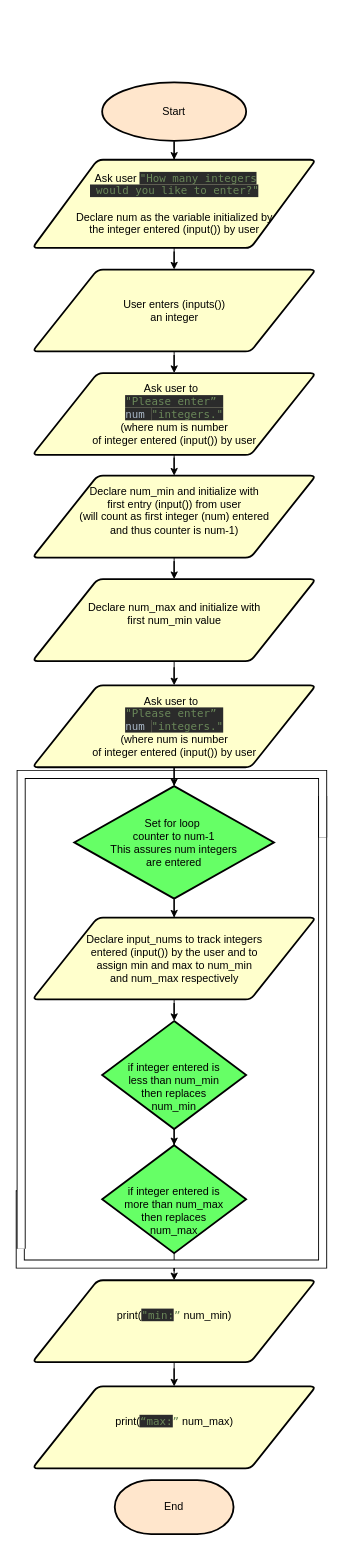
The draw.io diagram Jeff_Stone project3a flowchart CS161.drawio in jeffreykstone/coursework, before the edit. Source tidied: cells renumbered, new cells numbered last; positions are measured from the earlier drawing's top-left corner, leaving out a move shared by most shapes. Both pictures are drawn from the tidied source at 90%, with x=0, y=0 at pixel (20, 82).
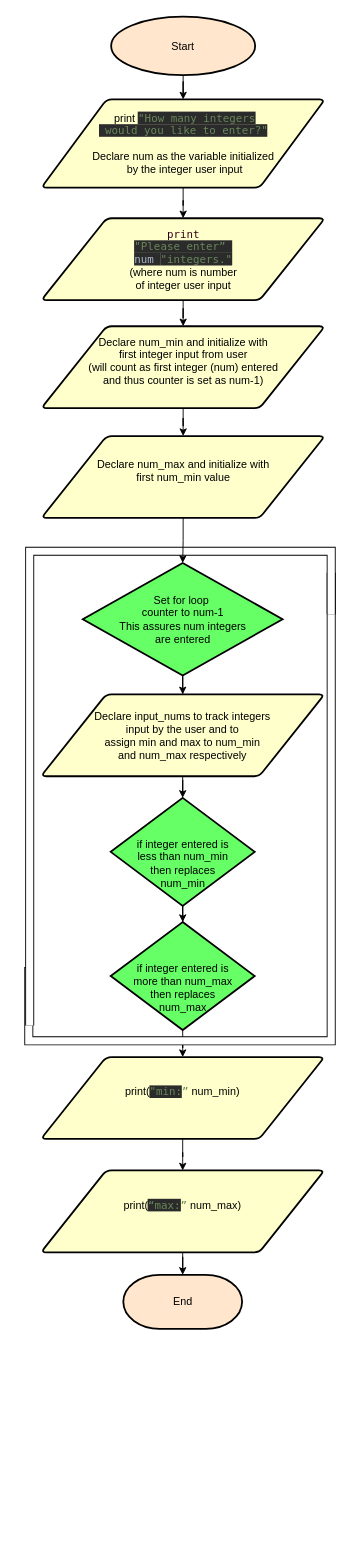
After the change.

What changed in the source:
```diff
@@
     <mxCell id="3" value="Start" style="strokeWidth=2;html=1;shape=mxgraph.flowchart.start_1;whiteSpace=wrap;fillColor=#FFE6CC;" parent="1" vertex="1">
-      <mxGeometry x="91" width="160" height="65" as="geometry" />
+      <mxGeometry x="101" y="-73" width="160" height="65" as="geometry" />
     </mxCell>
     <mxCell id="4" value="End" style="strokeWidth=2;html=1;shape=mxgraph.flowchart.terminator;whiteSpace=wrap;fillColor=#FFE6CC;" parent="1" vertex="1">
-      <mxGeometry x="105" y="1553" width="132" height="60" as="geometry" />
+      <mxGeometry x="114.5" y="1325" width="132" height="60" as="geometry" />
     </mxCell>
@@
     <mxCell id="6" value="&lt;p style=&quot;line-height: 117%&quot;&gt;&lt;br&gt;&lt;/p&gt;&lt;p style=&quot;line-height: 117%&quot;&gt;if integer entered is &lt;br&gt;less than num_min&lt;br&gt;then replaces&lt;br&gt;num_min&lt;br&gt;&lt;/p&gt;" style="strokeWidth=2;html=1;shape=mxgraph.flowchart.decision;whiteSpace=wrap;fillColor=#66FF66;" parent="1" vertex="1">
-      <mxGeometry x="91" y="1043" width="160" height="120" as="geometry" />
+      <mxGeometry x="100.5" y="795" width="160" height="120" as="geometry" />
     </mxCell>
@@
     <mxCell id="8" value="&lt;p style=&quot;line-height: 117%&quot;&gt;&lt;br&gt;&lt;/p&gt;&lt;p style=&quot;line-height: 117%&quot;&gt;if integer entered is &lt;br&gt;more than num_max&lt;br&gt;then replaces&lt;br&gt;num_max&lt;br&gt;&lt;/p&gt;" style="strokeWidth=2;html=1;shape=mxgraph.flowchart.decision;whiteSpace=wrap;fillColor=#66FF66;" parent="1" vertex="1">
-      <mxGeometry x="91" y="1181" width="160" height="120" as="geometry" />
+      <mxGeometry x="100.5" y="933" width="160" height="120" as="geometry" />
     </mxCell>
     <mxCell id="9" style="shape=filledEdge;rounded=0;fixDash=1;endArrow=none;strokeWidth=10;fillColor=#ffffff;edgeStyle=orthogonalEdgeStyle;" parent="1" edge="1">
       <mxGeometry relative="1" as="geometry">
-        <mxPoint x="5" y="1236" as="sourcePoint" />
-        <mxPoint x="336" y="793" as="targetPoint" />
+        <mxPoint x="14.5" y="988" as="sourcePoint" />
+        <mxPoint x="345.5" y="545" as="targetPoint" />
         <Array as="points">
-          <mxPoint y="1236" />
-          <mxPoint y="1313" />
-          <mxPoint x="336" y="1313" />
+          <mxPoint x="9.5" y="988" />
+          <mxPoint x="9.5" y="1065" />
+          <mxPoint x="345.5" y="1065" />
         </Array>
       </mxGeometry>
     </mxCell>
     <mxCell id="10" style="shape=filledEdge;rounded=0;fixDash=1;endArrow=none;strokeWidth=10;fillColor=#ffffff;edgeStyle=orthogonalEdgeStyle;" parent="1" edge="1">
       <mxGeometry relative="1" as="geometry">
-        <mxPoint x="336" y="839" as="sourcePoint" />
-        <mxPoint x="1" y="1296" as="targetPoint" />
+        <mxPoint x="345.5" y="591" as="sourcePoint" />
+        <mxPoint x="10.5" y="1048" as="targetPoint" />
         <Array as="points">
-          <mxPoint x="336" y="769" />
-          <mxPoint x="1" y="769" />
+          <mxPoint x="345.5" y="521" />
+          <mxPoint x="10.5" y="521" />
         </Array>
       </mxGeometry>
     </mxCell>
-    <mxCell id="11" style="edgeStyle=orthogonalEdgeStyle;rounded=0;jettySize=auto;html=1;" parent="1" edge="1" source="12" target="14">
-      <mxGeometry relative="1" as="geometry" />
-    </mxCell>
+    <mxCell id="30" style="edgeStyle=orthogonalEdgeStyle;rounded=0;jettySize=auto;html=1;" parent="1" edge="1" source="12" target="16">
+      <mxGeometry relative="1" as="geometry" />
+    </mxCell>
-    <mxCell id="12" value="&lt;span style=&quot;white-space: normal&quot;&gt;&amp;nbsp;Ask user&amp;nbsp;&lt;/span&gt;&lt;font color=&quot;#6a8759&quot; face=&quot;Menlo&quot; style=&quot;white-space: normal&quot;&gt;&lt;span style=&quot;background-color: rgb(43 , 43 , 43)&quot;&gt;&quot;How many integers&lt;br&gt;&amp;nbsp;would you like to enter?&quot;&lt;br&gt;&lt;/span&gt;&lt;/font&gt;&lt;span style=&quot;white-space: normal&quot;&gt;&amp;nbsp; &amp;nbsp;&amp;nbsp;&lt;br&gt;Declare num as the variable&amp;nbsp;&lt;/span&gt;&lt;span style=&quot;white-space: normal&quot;&gt;initialized by &lt;br&gt;the&amp;nbsp;&lt;/span&gt;&lt;span style=&quot;white-space: normal&quot;&gt;integer entered&amp;nbsp;(input())&amp;nbsp;by user&lt;/span&gt;" style="shape=parallelogram;html=1;strokeWidth=2;perimeter=parallelogramPerimeter;whiteSpace=wrap;rounded=1;arcSize=12;size=0.23;fillColor=#FFFFCC;" parent="1" vertex="1">
-      <mxGeometry x="13.5" y="86" width="315" height="98" as="geometry" />
+    <mxCell id="12" value="&lt;span style=&quot;white-space: normal&quot;&gt;&amp;nbsp;print&amp;nbsp;&lt;/span&gt;&lt;font color=&quot;#6a8759&quot; face=&quot;Menlo&quot; style=&quot;white-space: normal&quot;&gt;&lt;span style=&quot;background-color: rgb(43 , 43 , 43)&quot;&gt;&quot;How many integers&lt;br&gt;&amp;nbsp;would you like to enter?&quot;&lt;br&gt;&lt;/span&gt;&lt;/font&gt;&lt;span style=&quot;white-space: normal&quot;&gt;&amp;nbsp; &amp;nbsp;&amp;nbsp;&lt;br&gt;Declare num as the variable&amp;nbsp;&lt;/span&gt;initialized&lt;br&gt;&amp;nbsp;by&amp;nbsp;&lt;span style=&quot;text-align: left&quot;&gt;the integer user input&lt;/span&gt;" style="shape=parallelogram;html=1;strokeWidth=2;perimeter=parallelogramPerimeter;whiteSpace=wrap;rounded=1;arcSize=12;size=0.23;fillColor=#FFFFCC;" parent="1" vertex="1">
+      <mxGeometry x="23.5" y="19" width="315" height="98" as="geometry" />
     </mxCell>
-    <mxCell id="13" style="edgeStyle=orthogonalEdgeStyle;rounded=0;jettySize=auto;html=1;" parent="1" edge="1" source="14" target="16">
-      <mxGeometry relative="1" as="geometry" />
-    </mxCell>
-    <mxCell id="14" value="User enters (inputs())&lt;br&gt;an integer" style="shape=parallelogram;html=1;strokeWidth=2;perimeter=parallelogramPerimeter;whiteSpace=wrap;rounded=1;arcSize=12;size=0.23;fillColor=#FFFFCC;" parent="1" vertex="1">
-      <mxGeometry x="13.5" y="208" width="315" height="91" as="geometry" />
-    </mxCell>
@@
-    <mxCell id="16" value="&lt;span style=&quot;white-space: nowrap&quot;&gt;Ask user to&lt;/span&gt;&lt;span style=&quot;font-size: 9pt ; white-space: nowrap ; font-family: &amp;#34;menlo&amp;#34; ; color: rgb(204 , 120 , 50)&quot;&gt;&amp;nbsp;&lt;br&gt;&lt;/span&gt;&lt;span style=&quot;white-space: nowrap ; color: rgb(106 , 135 , 89) ; font-family: &amp;#34;menlo&amp;#34; ; background-color: rgb(43 , 43 , 43)&quot;&gt;&quot;Please enter”&lt;/span&gt;&lt;span style=&quot;color: rgb(106 , 135 , 89) ; font-family: &amp;#34;menlo&amp;#34; ; white-space: nowrap ; background-color: rgb(43 , 43 , 43)&quot;&gt;&amp;nbsp;&lt;/span&gt;&lt;span style=&quot;white-space: nowrap ; color: rgb(106 , 135 , 89) ; font-family: &amp;#34;menlo&amp;#34; ; background-color: rgb(43 , 43 , 43)&quot;&gt;&lt;br&gt;&lt;/span&gt;&lt;span style=&quot;font-size: 9pt ; white-space: nowrap&quot;&gt;&lt;font color=&quot;#a9b7c6&quot; face=&quot;Menlo&quot;&gt;&lt;span style=&quot;background-color: rgb(43 , 43 , 43)&quot;&gt;num&amp;nbsp;&lt;/span&gt;&lt;/font&gt;&lt;/span&gt;&lt;span style=&quot;white-space: nowrap ; color: rgb(106 , 135 , 89) ; font-family: &amp;#34;menlo&amp;#34; ; background-color: rgb(43 , 43 , 43)&quot;&gt;&quot;integers.&quot;&lt;/span&gt;&lt;span style=&quot;font-size: 9pt ; white-space: nowrap&quot;&gt;&lt;font color=&quot;#a9b7c6&quot; face=&quot;Menlo&quot;&gt;&lt;span style=&quot;background-color: rgb(43 , 43 , 43)&quot;&gt;&lt;br&gt;&lt;/span&gt;&lt;/font&gt;(where num is number&lt;br&gt;of integer entered (input()) by user&lt;/span&gt;" style="shape=parallelogram;html=1;strokeWidth=2;perimeter=parallelogramPerimeter;whiteSpace=wrap;rounded=1;arcSize=12;size=0.23;fillColor=#FFFFCC;" parent="1" vertex="1">
-      <mxGeometry x="13.5" y="323" width="315" height="91" as="geometry" />
+    <mxCell id="16" value="&lt;span style=&quot;font-size: 9pt ; white-space: nowrap ; font-family: &amp;#34;menlo&amp;#34;&quot;&gt;&lt;font color=&quot;#33001a&quot;&gt;print&lt;/font&gt;&lt;br&gt;&lt;/span&gt;&lt;span style=&quot;white-space: nowrap ; color: rgb(106 , 135 , 89) ; font-family: &amp;#34;menlo&amp;#34; ; background-color: rgb(43 , 43 , 43)&quot;&gt;&quot;Please enter”&lt;/span&gt;&lt;span style=&quot;color: rgb(106 , 135 , 89) ; font-family: &amp;#34;menlo&amp;#34; ; white-space: nowrap ; background-color: rgb(43 , 43 , 43)&quot;&gt;&amp;nbsp;&lt;/span&gt;&lt;span style=&quot;white-space: nowrap ; color: rgb(106 , 135 , 89) ; font-family: &amp;#34;menlo&amp;#34; ; background-color: rgb(43 , 43 , 43)&quot;&gt;&lt;br&gt;&lt;/span&gt;&lt;span style=&quot;font-size: 9pt ; white-space: nowrap&quot;&gt;&lt;font color=&quot;#a9b7c6&quot; face=&quot;Menlo&quot;&gt;&lt;span style=&quot;background-color: rgb(43 , 43 , 43)&quot;&gt;num&amp;nbsp;&lt;/span&gt;&lt;/font&gt;&lt;/span&gt;&lt;span style=&quot;white-space: nowrap ; color: rgb(106 , 135 , 89) ; font-family: &amp;#34;menlo&amp;#34; ; background-color: rgb(43 , 43 , 43)&quot;&gt;&quot;integers.&quot;&lt;/span&gt;&lt;span style=&quot;font-size: 9pt ; white-space: nowrap&quot;&gt;&lt;font color=&quot;#a9b7c6&quot; face=&quot;Menlo&quot;&gt;&lt;span style=&quot;background-color: rgb(43 , 43 , 43)&quot;&gt;&lt;br&gt;&lt;/span&gt;&lt;/font&gt;(where num is number&lt;br&gt;of integer user input&lt;/span&gt;" style="shape=parallelogram;html=1;strokeWidth=2;perimeter=parallelogramPerimeter;whiteSpace=wrap;rounded=1;arcSize=12;size=0.23;fillColor=#FFFFCC;" parent="1" vertex="1">
+      <mxGeometry x="23.5" y="151" width="315" height="91" as="geometry" />
     </mxCell>
@@
-    <mxCell id="18" value="&lt;span style=&quot;white-space: nowrap&quot;&gt;Declare&lt;/span&gt;&lt;span style=&quot;font-size: 9pt ; white-space: nowrap&quot;&gt;&amp;nbsp;num_min and initialize with&lt;br&gt;first entry (input()) from user &lt;br&gt;(will count as first integer (num) entered&lt;br&gt;and thus counter is num-1)&lt;br&gt;&lt;br&gt;&lt;/span&gt;" style="shape=parallelogram;html=1;strokeWidth=2;perimeter=parallelogramPerimeter;whiteSpace=wrap;rounded=1;arcSize=12;size=0.23;fillColor=#FFFFCC;" parent="1" vertex="1">
-      <mxGeometry x="13.5" y="437" width="315" height="91" as="geometry" />
+    <mxCell id="18" value="&lt;span style=&quot;white-space: nowrap&quot;&gt;Declare&lt;/span&gt;&lt;span style=&quot;font-size: 9pt ; white-space: nowrap&quot;&gt;&amp;nbsp;num_min and initialize with&lt;br&gt;first integer input from user &lt;br&gt;(will count as first integer (num) entered&lt;br&gt;and thus counter is set as num-1)&lt;br&gt;&lt;br&gt;&lt;/span&gt;" style="shape=parallelogram;html=1;strokeWidth=2;perimeter=parallelogramPerimeter;whiteSpace=wrap;rounded=1;arcSize=12;size=0.23;fillColor=#FFFFCC;" parent="1" vertex="1">
+      <mxGeometry x="23.5" y="271" width="315" height="91" as="geometry" />
     </mxCell>
-    <mxCell id="19" style="edgeStyle=orthogonalEdgeStyle;rounded=0;jettySize=auto;html=1;" parent="1" edge="1" source="20" target="22">
-      <mxGeometry relative="1" as="geometry" />
-    </mxCell>
+    <mxCell id="31" style="edgeStyle=orthogonalEdgeStyle;rounded=0;jettySize=auto;html=1;" parent="1" edge="1" source="20" target="24">
+      <mxGeometry relative="1" as="geometry" />
+    </mxCell>
     <mxCell id="20" value="&lt;span style=&quot;white-space: nowrap&quot;&gt;Declare&lt;/span&gt;&lt;span style=&quot;font-size: 9pt ; white-space: nowrap&quot;&gt;&amp;nbsp;num_max and initialize with&lt;br&gt;first num_min value&lt;br&gt;&lt;br&gt;&lt;/span&gt;" style="shape=parallelogram;html=1;strokeWidth=2;perimeter=parallelogramPerimeter;whiteSpace=wrap;rounded=1;arcSize=12;size=0.23;fillColor=#FFFFCC;" parent="1" vertex="1">
-      <mxGeometry x="13.5" y="552" width="315" height="91" as="geometry" />
+      <mxGeometry x="23.5" y="393" width="315" height="91" as="geometry" />
     </mxCell>
-    <mxCell id="21" style="edgeStyle=orthogonalEdgeStyle;rounded=0;jettySize=auto;html=1;" parent="1" edge="1" source="22" target="24">
-      <mxGeometry relative="1" as="geometry" />
-    </mxCell>
-    <mxCell id="22" value="&lt;span style=&quot;white-space: nowrap&quot;&gt;Ask user to&lt;/span&gt;&lt;span style=&quot;font-size: 9pt ; white-space: nowrap ; font-family: &amp;#34;menlo&amp;#34; ; color: rgb(204 , 120 , 50)&quot;&gt;&amp;nbsp;&lt;br&gt;&lt;/span&gt;&lt;span style=&quot;white-space: nowrap ; color: rgb(106 , 135 , 89) ; font-family: &amp;#34;menlo&amp;#34; ; background-color: rgb(43 , 43 , 43)&quot;&gt;&quot;Please enter”&lt;/span&gt;&lt;span style=&quot;color: rgb(106 , 135 , 89) ; font-family: &amp;#34;menlo&amp;#34; ; white-space: nowrap ; background-color: rgb(43 , 43 , 43)&quot;&gt;&amp;nbsp;&lt;/span&gt;&lt;span style=&quot;white-space: nowrap ; color: rgb(106 , 135 , 89) ; font-family: &amp;#34;menlo&amp;#34; ; background-color: rgb(43 , 43 , 43)&quot;&gt;&lt;br&gt;&lt;/span&gt;&lt;span style=&quot;font-size: 9pt ; white-space: nowrap&quot;&gt;&lt;font color=&quot;#a9b7c6&quot; face=&quot;Menlo&quot;&gt;&lt;span style=&quot;background-color: rgb(43 , 43 , 43)&quot;&gt;num&amp;nbsp;&lt;/span&gt;&lt;/font&gt;&lt;/span&gt;&lt;span style=&quot;white-space: nowrap ; color: rgb(106 , 135 , 89) ; font-family: &amp;#34;menlo&amp;#34; ; background-color: rgb(43 , 43 , 43)&quot;&gt;&quot;integers.&quot;&lt;/span&gt;&lt;span style=&quot;font-size: 9pt ; white-space: nowrap&quot;&gt;&lt;font color=&quot;#a9b7c6&quot; face=&quot;Menlo&quot;&gt;&lt;span style=&quot;background-color: rgb(43 , 43 , 43)&quot;&gt;&lt;br&gt;&lt;/span&gt;&lt;/font&gt;(where num is number&lt;br&gt;of integer entered (input()) by user&lt;/span&gt;&lt;span style=&quot;font-size: 9pt ; white-space: nowrap&quot;&gt;&lt;br&gt;&lt;/span&gt;" style="shape=parallelogram;html=1;strokeWidth=2;perimeter=parallelogramPerimeter;whiteSpace=wrap;rounded=1;arcSize=12;size=0.23;fillColor=#FFFFCC;" parent="1" vertex="1">
-      <mxGeometry x="13.5" y="670" width="315" height="91" as="geometry" />
-    </mxCell>
@@
     <mxCell id="24" value="&lt;p style=&quot;line-height: 117%&quot;&gt;Set for loop&amp;nbsp;&lt;br&gt;counter to num-1&lt;br&gt;This assures num integers&lt;br&gt;are entered&lt;br&gt;&lt;/p&gt;" style="strokeWidth=2;html=1;shape=mxgraph.flowchart.decision;whiteSpace=wrap;fillColor=#66FF66;" parent="1" vertex="1">
-      <mxGeometry x="60" y="782" width="222" height="125" as="geometry" />
+      <mxGeometry x="69.5" y="534" width="222" height="125" as="geometry" />
     </mxCell>
@@
-    <mxCell id="26" value="&lt;span style=&quot;white-space: nowrap&quot;&gt;Declare input_nums to track integers&lt;br&gt;&lt;/span&gt;entered (input()) by the user and to&lt;br&gt;assign min and max to num_min&lt;br&gt;and num_max respectively&lt;span style=&quot;font-size: 9pt ; white-space: nowrap&quot;&gt;&lt;br&gt;&lt;/span&gt;" style="shape=parallelogram;html=1;strokeWidth=2;perimeter=parallelogramPerimeter;whiteSpace=wrap;rounded=1;arcSize=12;size=0.23;fillColor=#FFFFCC;" parent="1" vertex="1">
-      <mxGeometry x="13.5" y="928" width="315" height="91" as="geometry" />
+    <mxCell id="26" value="&lt;span style=&quot;white-space: nowrap&quot;&gt;Declare input_nums to track integers&lt;br&gt;&lt;/span&gt;input by the user and to&lt;br&gt;assign min and max to num_min&lt;br&gt;and num_max respectively&lt;span style=&quot;font-size: 9pt ; white-space: nowrap&quot;&gt;&lt;br&gt;&lt;/span&gt;" style="shape=parallelogram;html=1;strokeWidth=2;perimeter=parallelogramPerimeter;whiteSpace=wrap;rounded=1;arcSize=12;size=0.23;fillColor=#FFFFCC;" parent="1" vertex="1">
+      <mxGeometry x="23" y="680" width="315" height="91" as="geometry" />
     </mxCell>
@@
     <mxCell id="28" value="&lt;span style=&quot;white-space: nowrap&quot;&gt;print(&lt;/span&gt;&lt;span style=&quot;color: rgb(106 , 135 , 89) ; font-family: &amp;#34;menlo&amp;#34; ; font-size: 9pt ; background-color: rgb(43 , 43 , 43)&quot;&gt;&quot;min:&lt;/span&gt;&lt;font color=&quot;#6a8759&quot; face=&quot;menlo&quot;&gt;&lt;span&gt;”&lt;/span&gt;&lt;/font&gt;&amp;nbsp;num_min)&lt;br&gt;&lt;span style=&quot;font-size: 9pt ; white-space: nowrap&quot;&gt;&lt;br&gt;&lt;/span&gt;" style="shape=parallelogram;html=1;strokeWidth=2;perimeter=parallelogramPerimeter;whiteSpace=wrap;rounded=1;arcSize=12;size=0.23;fillColor=#FFFFCC;" parent="1" vertex="1">
-      <mxGeometry x="13.5" y="1331" width="315" height="91" as="geometry" />
+      <mxGeometry x="23" y="1083" width="315" height="91" as="geometry" />
     </mxCell>
+    <mxCell id="32" style="edgeStyle=orthogonalEdgeStyle;rounded=0;jettySize=auto;html=1;" parent="1" edge="1" source="29" target="4">
+      <mxGeometry relative="1" as="geometry" />
+    </mxCell>
     <mxCell id="29" value="&lt;span style=&quot;white-space: nowrap&quot;&gt;print(&lt;/span&gt;&lt;span style=&quot;background-color: rgb(43 , 43 , 43)&quot;&gt;&lt;font color=&quot;#6a8759&quot; face=&quot;menlo&quot;&gt;&lt;span&gt;“max&lt;/span&gt;&lt;span style=&quot;font-size: 9pt&quot;&gt;:&lt;/span&gt;&lt;/font&gt;&lt;/span&gt;&lt;font color=&quot;#6a8759&quot; face=&quot;menlo&quot;&gt;&lt;span&gt;”&lt;/span&gt;&lt;/font&gt;&amp;nbsp;num_max)&lt;br&gt;&lt;span style=&quot;font-size: 9pt ; white-space: nowrap&quot;&gt;&lt;br&gt;&lt;/span&gt;" style="shape=parallelogram;html=1;strokeWidth=2;perimeter=parallelogramPerimeter;whiteSpace=wrap;rounded=1;arcSize=12;size=0.23;fillColor=#FFFFCC;" parent="1" vertex="1">
-      <mxGeometry x="13.5" y="1449" width="315" height="91" as="geometry" />
+      <mxGeometry x="23" y="1209" width="315" height="91" as="geometry" />
     </mxCell>
```
